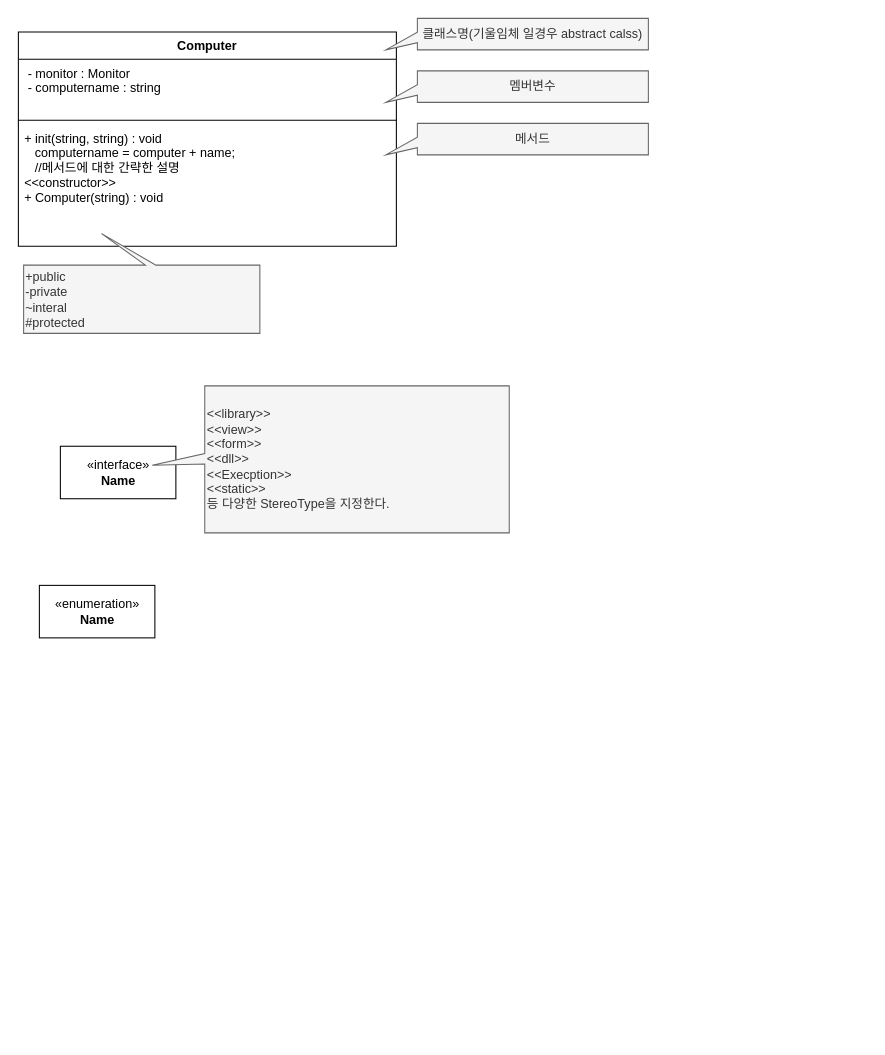
Above: UML/FirstDiagram.drawio in rjh211/Nomad-Coders-Study (draw.io), before the change. Source tidied: cells renumbered, new cells numbered last; positions are measured from the earlier drawing's top-left corner, leaving out a move shared by most shapes. Both pictures are drawn from the tidied source at 105%, with x=0, y=0 at pixel (18, -98).
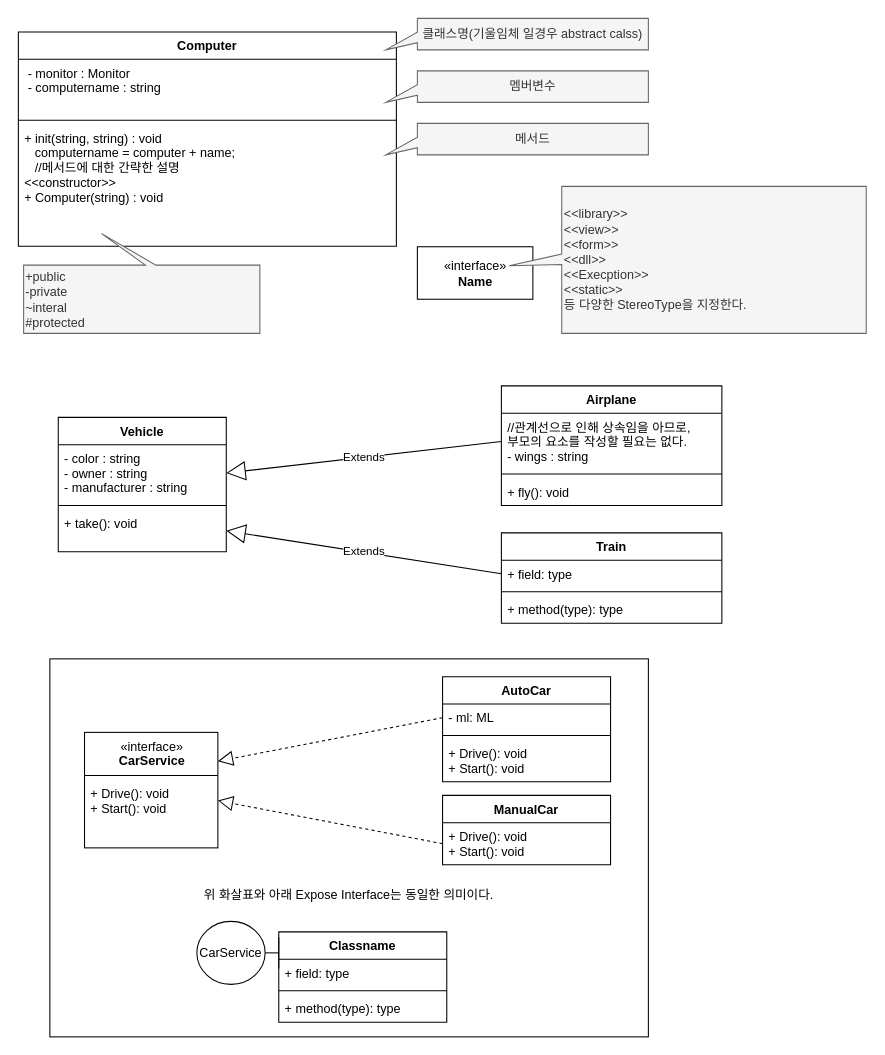
The same diagram, later.

Commit message (it also covers changes not shown here):
Add Car Interface

Change to the diagram source:
```diff
@@
+    <mxCell id="13" style="rounded=0;whiteSpace=wrap;html=1;" parent="1" vertex="1">
+      <mxGeometry x="30" y="720" width="570" height="360" as="geometry" />
+    </mxCell>
@@
     <mxCell id="6" value="&amp;laquo;interface&amp;raquo;&lt;br&gt;&lt;b&gt;Name&lt;/b&gt;" style="html=1;" parent="1" vertex="1">
-      <mxGeometry x="40" y="517.5" width="110" height="50" as="geometry" />
+      <mxGeometry x="380" y="327.5" width="110" height="50" as="geometry" />
     </mxCell>
-    <mxCell id="7" value="«enumeration»&lt;br&gt;&lt;b&gt;Name&lt;/b&gt;" style="html=1;" parent="1" vertex="1">
-      <mxGeometry x="20" y="650" width="110" height="50" as="geometry" />
-    </mxCell>
@@
     <mxCell id="12" value="&amp;lt;&amp;lt;library&amp;gt;&amp;gt;&lt;br&gt;&amp;lt;&amp;lt;view&amp;gt;&amp;gt;&lt;br&gt;&amp;lt;&amp;lt;form&amp;gt;&amp;gt;&lt;br&gt;&amp;lt;&amp;lt;dll&amp;gt;&amp;gt;&lt;br&gt;&amp;lt;&amp;lt;Execption&amp;gt;&amp;gt;&lt;br&gt;&amp;lt;&amp;lt;static&amp;gt;&amp;gt;&lt;br&gt;등 다양한 StereoType을 지정한다." style="shape=callout;perimeter=calloutPerimeter;size=50;position=0.46;base=10;position2=0.54;rotation=90;direction=east;html=1;whiteSpace=wrap;horizontal=0;align=left;fillColor=#f5f5f5;fontColor=#333333;strokeColor=#666666;" parent="1" vertex="1">
-      <mxGeometry x="227.5" y="360" width="140" height="340" as="geometry" />
+      <mxGeometry x="567.5" y="170" width="140" height="340" as="geometry" />
     </mxCell>
+    <mxCell id="14" value="Vehicle" style="swimlane;fontStyle=1;align=center;verticalAlign=top;horizontal=1;startSize=26;" parent="1" vertex="1">
+      <mxGeometry x="38" y="490" width="160" height="128" as="geometry" />
+    </mxCell>
+    <mxCell id="15" value="- color : string&#10;- owner : string&#10;- manufacturer : string" style="text;strokeColor=none;fillColor=none;align=left;verticalAlign=top;spacingLeft=4;spacingRight=4;overflow=hidden;points=[[0,0.5],[1,0.5]];portConstraint=eastwest;" parent="14" vertex="1">
+      <mxGeometry y="26" width="160" height="54" as="geometry" />
+    </mxCell>
+    <mxCell id="16" style="line;strokeWidth=1;fillColor=none;align=left;verticalAlign=middle;spacingTop=-1;spacingLeft=3;spacingRight=3;labelPosition=right;strokeColor=inherit;" parent="14" vertex="1">
+      <mxGeometry y="80" width="160" height="8" as="geometry" />
+    </mxCell>
+    <mxCell id="17" value="+ take(): void" style="text;strokeColor=none;fillColor=none;align=left;verticalAlign=top;spacingLeft=4;spacingRight=4;overflow=hidden;points=[[0,0.5],[1,0.5]];portConstraint=eastwest;" parent="14" vertex="1">
+      <mxGeometry y="88" width="160" height="40" as="geometry" />
+    </mxCell>
+    <mxCell id="18" value="Airplane" style="swimlane;fontStyle=1;align=center;verticalAlign=top;horizontal=1;startSize=26;" parent="1" vertex="1">
+      <mxGeometry x="460" y="460" width="210" height="114" as="geometry" />
+    </mxCell>
+    <mxCell id="19" value="//관계선으로 인해 상속임을 아므로, &#10;부모의 요소를 작성할 필요는 없다.&#10;- wings : string" style="text;strokeColor=none;fillColor=none;align=left;verticalAlign=top;spacingLeft=4;spacingRight=4;overflow=hidden;points=[[0,0.5],[1,0.5]];portConstraint=eastwest;" parent="18" vertex="1">
+      <mxGeometry y="26" width="210" height="54" as="geometry" />
+    </mxCell>
+    <mxCell id="20" style="line;strokeWidth=1;fillColor=none;align=left;verticalAlign=middle;spacingTop=-1;spacingLeft=3;spacingRight=3;labelPosition=right;strokeColor=inherit;" parent="18" vertex="1">
+      <mxGeometry y="80" width="210" height="8" as="geometry" />
+    </mxCell>
+    <mxCell id="21" value="+ fly(): void" style="text;strokeColor=none;fillColor=none;align=left;verticalAlign=top;spacingLeft=4;spacingRight=4;overflow=hidden;" parent="18" vertex="1">
+      <mxGeometry y="88" width="210" height="26" as="geometry" />
+    </mxCell>
+    <mxCell id="22" value="Train" style="swimlane;fontStyle=1;align=center;verticalAlign=top;horizontal=1;startSize=26;" parent="1" vertex="1">
+      <mxGeometry x="460" y="600" width="210" height="86" as="geometry" />
+    </mxCell>
+    <mxCell id="23" value="+ field: type" style="text;strokeColor=none;fillColor=none;align=left;verticalAlign=top;spacingLeft=4;spacingRight=4;overflow=hidden;points=[[0,0.5],[1,0.5]];portConstraint=eastwest;" parent="22" vertex="1">
+      <mxGeometry y="26" width="210" height="26" as="geometry" />
+    </mxCell>
+    <mxCell id="24" style="line;strokeWidth=1;fillColor=none;align=left;verticalAlign=middle;spacingTop=-1;spacingLeft=3;spacingRight=3;labelPosition=right;strokeColor=inherit;" parent="22" vertex="1">
+      <mxGeometry y="52" width="210" height="8" as="geometry" />
+    </mxCell>
+    <mxCell id="25" value="+ method(type): type" style="text;strokeColor=none;fillColor=none;align=left;verticalAlign=top;spacingLeft=4;spacingRight=4;overflow=hidden;" parent="22" vertex="1">
+      <mxGeometry y="60" width="210" height="26" as="geometry" />
+    </mxCell>
+    <mxCell id="26" value="Extends" style="endArrow=block;endSize=16;endFill=0;html=1;rounded=0;exitX=0;exitY=0.5;exitDx=0;exitDy=0;entryX=1;entryY=0.5;entryDx=0;entryDy=0;" parent="1" edge="1" source="19" target="15">
+      <mxGeometry relative="1" as="geometry" />
+    </mxCell>
+    <mxCell id="27" value="Extends" style="endArrow=block;endSize=16;endFill=0;html=1;rounded=0;exitX=0;exitY=0.5;exitDx=0;exitDy=0;entryX=1;entryY=0.5;entryDx=0;entryDy=0;" parent="1" edge="1" source="23" target="17">
+      <mxGeometry relative="1" as="geometry" />
+    </mxCell>
+    <mxCell id="28" value="«interface»&lt;br&gt;&lt;b&gt;CarService&lt;br&gt;&lt;br&gt;&lt;br&gt;&lt;/b&gt;" style="html=1;verticalAlign=top;" parent="1" vertex="1">
+      <mxGeometry x="63" y="790" width="127" height="110" as="geometry" />
+    </mxCell>
+    <mxCell id="29" value="+ Drive(): void&#10;+ Start(): void" style="text;strokeColor=none;fillColor=none;align=left;verticalAlign=top;spacingLeft=4;spacingRight=4;overflow=hidden;points=[[0,0.5],[1,0.5]];portConstraint=eastwest;" parent="1" vertex="1">
+      <mxGeometry x="63" y="835" width="127" height="40" as="geometry" />
+    </mxCell>
+    <mxCell id="30" style="line;strokeWidth=1;fillColor=none;align=left;verticalAlign=middle;spacingTop=-1;spacingLeft=3;spacingRight=3;labelPosition=right;strokeColor=inherit;" parent="1" vertex="1">
+      <mxGeometry x="63" y="827" width="127" height="8" as="geometry" />
+    </mxCell>
+    <mxCell id="31" value="AutoCar" style="swimlane;fontStyle=1;align=center;verticalAlign=top;horizontal=1;startSize=26;" parent="1" vertex="1">
+      <mxGeometry x="404" y="737" width="160" height="100" as="geometry" />
+    </mxCell>
+    <mxCell id="32" value="- ml: ML" style="text;strokeColor=none;fillColor=none;align=left;verticalAlign=top;spacingLeft=4;spacingRight=4;overflow=hidden;points=[[0,0.5],[1,0.5]];portConstraint=eastwest;" parent="31" vertex="1">
+      <mxGeometry y="26" width="160" height="26" as="geometry" />
+    </mxCell>
+    <mxCell id="33" style="line;strokeWidth=1;fillColor=none;align=left;verticalAlign=middle;spacingTop=-1;spacingLeft=3;spacingRight=3;labelPosition=right;strokeColor=inherit;" parent="31" vertex="1">
+      <mxGeometry y="52" width="160" height="8" as="geometry" />
+    </mxCell>
+    <mxCell id="34" value="+ Drive(): void&#10;+ Start(): void" style="text;strokeColor=none;fillColor=none;align=left;verticalAlign=top;spacingLeft=4;spacingRight=4;overflow=hidden;" parent="31" vertex="1">
+      <mxGeometry y="60" width="160" height="40" as="geometry" />
+    </mxCell>
+    <mxCell id="35" value="ManualCar" style="swimlane;fontStyle=1;align=center;verticalAlign=top;horizontal=1;startSize=26;" parent="1" vertex="1">
+      <mxGeometry x="404" y="850" width="160" height="66" as="geometry" />
+    </mxCell>
+    <mxCell id="36" value="+ Drive(): void&#10;+ Start(): void" style="text;strokeColor=none;fillColor=none;align=left;verticalAlign=top;spacingLeft=4;spacingRight=4;overflow=hidden;points=[[0,0.5],[1,0.5]];portConstraint=eastwest;" parent="35" vertex="1">
+      <mxGeometry y="26" width="160" height="40" as="geometry" />
+    </mxCell>
+    <mxCell id="37" style="endArrow=block;dashed=1;endFill=0;endSize=12;html=1;rounded=0;exitX=0;exitY=0.5;exitDx=0;exitDy=0;entryX=1;entryY=0.25;entryDx=0;entryDy=0;" parent="1" edge="1" source="32" target="28">
+      <mxGeometry relative="1" as="geometry" />
+    </mxCell>
+    <mxCell id="38" style="endArrow=block;dashed=1;endFill=0;endSize=12;html=1;rounded=0;exitX=0;exitY=0.5;exitDx=0;exitDy=0;entryX=1;entryY=0.5;entryDx=0;entryDy=0;" parent="1" edge="1" source="36" target="29">
+      <mxGeometry relative="1" as="geometry" />
+    </mxCell>
+    <mxCell id="39" value="Classname" style="swimlane;fontStyle=1;align=center;verticalAlign=top;horizontal=1;startSize=26;" parent="1" vertex="1">
+      <mxGeometry x="248" y="980" width="160" height="86" as="geometry" />
+    </mxCell>
+    <mxCell id="40" value="+ field: type" style="text;strokeColor=none;fillColor=none;align=left;verticalAlign=top;spacingLeft=4;spacingRight=4;overflow=hidden;" parent="39" vertex="1">
+      <mxGeometry y="26" width="160" height="26" as="geometry" />
+    </mxCell>
+    <mxCell id="41" style="line;strokeWidth=1;fillColor=none;align=left;verticalAlign=middle;spacingTop=-1;spacingLeft=3;spacingRight=3;labelPosition=right;strokeColor=inherit;" parent="39" vertex="1">
+      <mxGeometry y="52" width="160" height="8" as="geometry" />
+    </mxCell>
+    <mxCell id="42" value="+ method(type): type" style="text;strokeColor=none;fillColor=none;align=left;verticalAlign=top;spacingLeft=4;spacingRight=4;overflow=hidden;" parent="39" vertex="1">
+      <mxGeometry y="60" width="160" height="26" as="geometry" />
+    </mxCell>
+    <mxCell id="43" value="CarService" style="shape=umlBoundary;whiteSpace=wrap;html=1;direction=west;" parent="1" vertex="1">
+      <mxGeometry x="170" y="970" width="78" height="60" as="geometry" />
+    </mxCell>
+    <mxCell id="44" value="위 화살표와 아래 Expose Interface는 동일한 의미이다." style="text;html=1;strokeColor=none;fillColor=none;align=center;verticalAlign=middle;whiteSpace=wrap;rounded=0;" parent="1" vertex="1">
+      <mxGeometry x="150" y="930" width="330" height="30" as="geometry" />
+    </mxCell>
```
